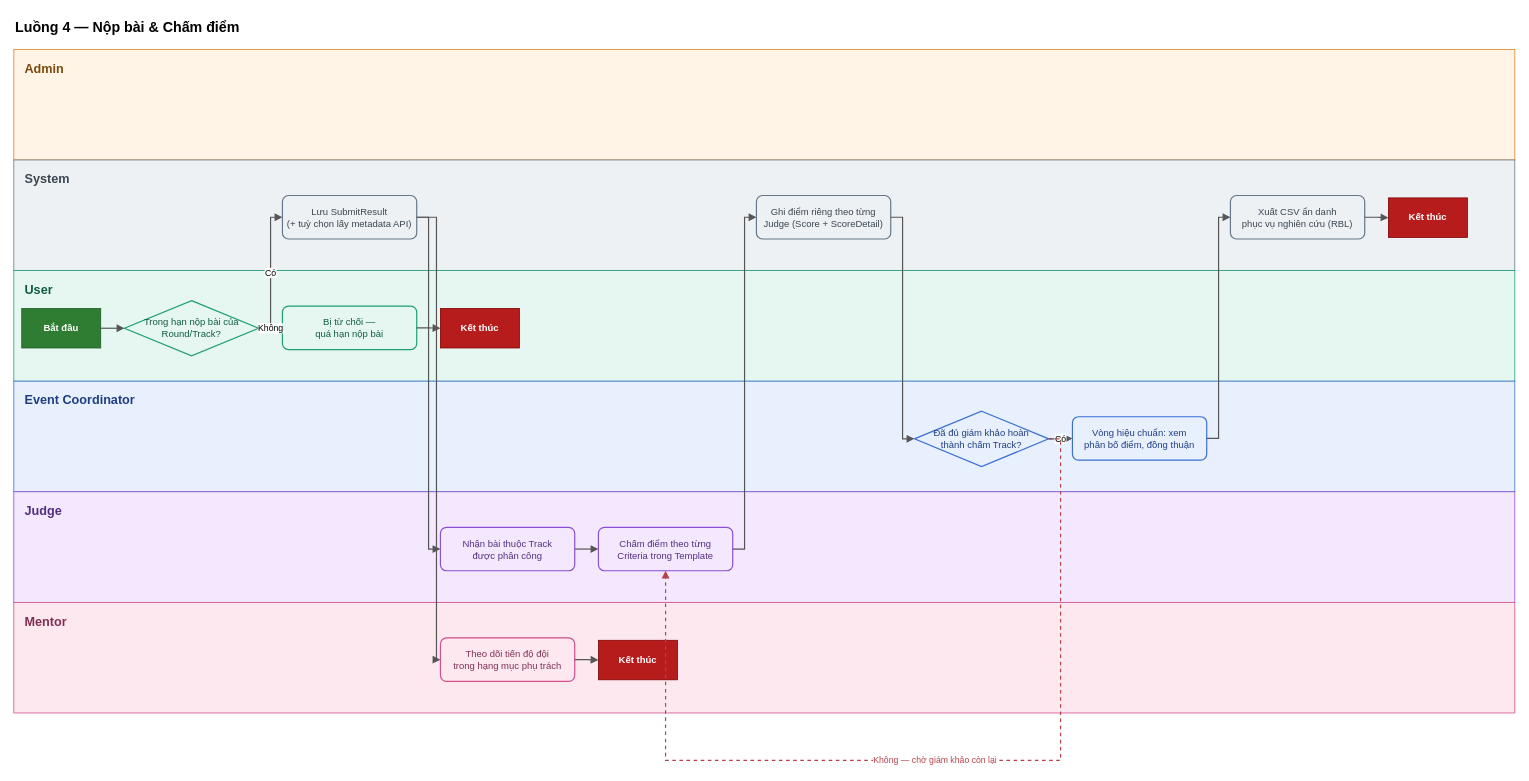
SU26-SWP-BL3W/SU26_SWP_BL3W_BE keeps this draw.io diagram as docs/swimlane/SEAL_flow4_submission_scoring.drawio. Above is the earlier version. Source tidied: cells renumbered, new cells numbered last; positions are measured from the earlier drawing's top-left corner, leaving out a move shared by most shapes. Both pictures are drawn from the tidied source at 79%, with x=0, y=0 at pixel (13, 13).
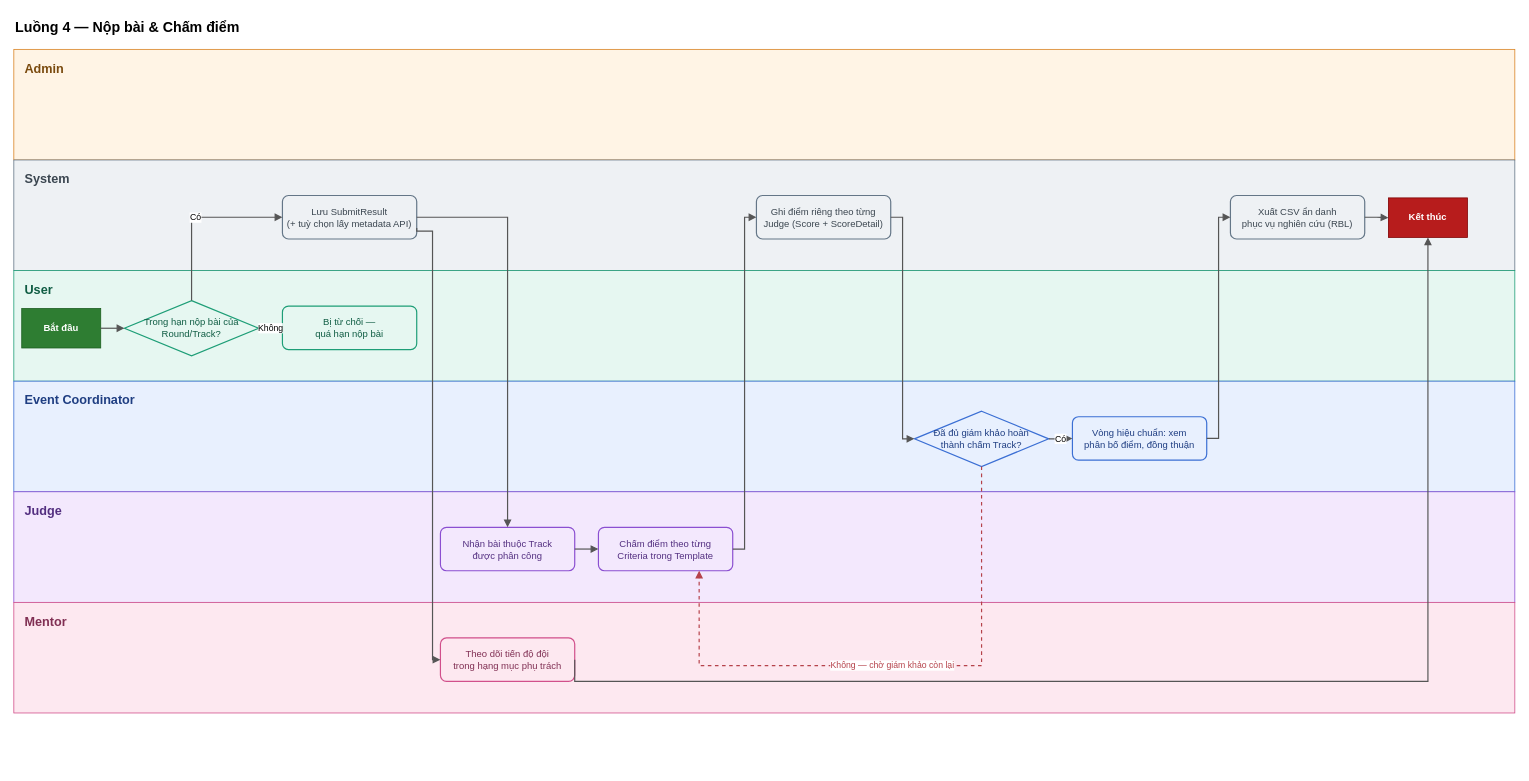
Above is the later version.

Unchanged cells that the change refers to:
```xml
<mxCell id="10" value="Trong hạn nộp bài của&#10;Round/Track?" style="rhombus;whiteSpace=wrap;html=1;fontSize=12;strokeWidth=1.5;fillColor=#E6F7F1;strokeColor=#1E9E77;fontColor=#0F5C43;" parent="1" vertex="1">
  <mxGeometry x="140" y="363" width="170" height="70" as="geometry" />
</mxCell>
<mxCell id="11" value="Lưu SubmitResult&#10;(+ tuỳ chọn lấy metadata API)" style="rounded=1;whiteSpace=wrap;html=1;arcSize=14;fontSize=12;strokeWidth=1.5;fillColor=#EEF1F4;strokeColor=#647687;fontColor=#3B4650;" parent="1" vertex="1">
  <mxGeometry x="340" y="230" width="170" height="55" as="geometry" />
</mxCell>
<mxCell id="12" value="Bị từ chối —&#10;quá hạn nộp bài" style="rounded=1;whiteSpace=wrap;html=1;arcSize=14;fontSize=12;strokeWidth=1.5;fillColor=#E6F7F1;strokeColor=#1E9E77;fontColor=#0F5C43;" parent="1" vertex="1">
  <mxGeometry x="340" y="370" width="170" height="55" as="geometry" />
</mxCell>
<mxCell id="14" value="Nhận bài thuộc Track&#10;được phân công" style="rounded=1;whiteSpace=wrap;html=1;arcSize=14;fontSize=12;strokeWidth=1.5;fillColor=#F3E8FD;strokeColor=#8B4FD1;fontColor=#532F80;" parent="1" vertex="1">
  <mxGeometry x="540" y="650" width="170" height="55" as="geometry" />
</mxCell>
<mxCell id="15" value="Theo dõi tiến độ đội&#10;trong hạng mục phụ trách" style="rounded=1;whiteSpace=wrap;html=1;arcSize=14;fontSize=12;strokeWidth=1.5;fillColor=#FDE8F0;strokeColor=#D14F8B;fontColor=#802F53;" parent="1" vertex="1">
  <mxGeometry x="540" y="790" width="170" height="55" as="geometry" />
</mxCell>
<mxCell id="17" value="Chấm điểm theo từng&#10;Criteria trong Template" style="rounded=1;whiteSpace=wrap;html=1;arcSize=14;fontSize=12;strokeWidth=1.5;fillColor=#F3E8FD;strokeColor=#8B4FD1;fontColor=#532F80;" parent="1" vertex="1">
  <mxGeometry x="740" y="650" width="170" height="55" as="geometry" />
</mxCell>
<mxCell id="19" value="Đã đủ giám khảo hoàn&#10;thành chấm Track?" style="rhombus;whiteSpace=wrap;html=1;fontSize=12;strokeWidth=1.5;fillColor=#E8F0FE;strokeColor=#3B6FD4;fontColor=#1F3E82;" parent="1" vertex="1">
  <mxGeometry x="1140" y="503" width="170" height="70" as="geometry" />
</mxCell>
<mxCell id="22" value="Kết thúc" style="terminator;whiteSpace=wrap;html=1;fontSize=12;fontStyle=1;fillColor=#B71C1C;strokeColor=#7F0000;fontColor=#ffffff;" parent="1" vertex="1">
  <mxGeometry x="1740" y="233" width="100" height="50" as="geometry" />
</mxCell>
```

Change to the diagram source:
```diff
@@
-    <mxCell id="13" value="Kết thúc" style="terminator;whiteSpace=wrap;html=1;fontSize=12;fontStyle=1;fillColor=#B71C1C;strokeColor=#7F0000;fontColor=#ffffff;" parent="1" vertex="1">
-      <mxGeometry x="540" y="373" width="100" height="50" as="geometry" />
-    </mxCell>
@@
-    <mxCell id="16" value="Kết thúc" style="terminator;whiteSpace=wrap;html=1;fontSize=12;fontStyle=1;fillColor=#B71C1C;strokeColor=#7F0000;fontColor=#ffffff;" parent="1" vertex="1">
-      <mxGeometry x="740" y="793" width="100" height="50" as="geometry" />
-    </mxCell>
@@
-    <mxCell id="24" value="Có" style="edgeStyle=orthogonalEdgeStyle;rounded=0;html=1;exitX=1;exitY=0.5;entryX=0;entryY=0.5;strokeColor=#555555;strokeWidth=1.5;endArrow=block;endFill=1;labelBackgroundColor=#ffffff;fontSize=11;" parent="1" edge="1" source="10" target="11">
+    <mxCell id="24" value="Có" style="edgeStyle=orthogonalEdgeStyle;rounded=0;html=1;exitX=0.5;exitY=0;entryX=0;entryY=0.5;strokeColor=#555555;strokeWidth=1.5;endArrow=block;endFill=1;labelBackgroundColor=#ffffff;fontSize=11;exitDx=0;exitDy=0;" parent="1" edge="1" source="10" target="11">
       <mxGeometry relative="1" as="geometry">
         <Array as="points">
-          <mxPoint x="325" y="398" />
-          <mxPoint x="325" y="257" />
+          <mxPoint x="225" y="257.5" />
         </Array>
       </mxGeometry>
     </mxCell>
@@
-    <mxCell id="26" style="edgeStyle=orthogonalEdgeStyle;rounded=0;html=1;exitX=1;exitY=0.5;entryX=0;entryY=0.5;strokeColor=#555555;strokeWidth=1.5;endArrow=block;endFill=1;" parent="1" edge="1" source="12" target="13">
-      <mxGeometry relative="1" as="geometry" />
-    </mxCell>
-    <mxCell id="27" style="edgeStyle=orthogonalEdgeStyle;rounded=0;html=1;exitX=1;exitY=0.5;entryX=0;entryY=0.5;strokeColor=#555555;strokeWidth=1.5;endArrow=block;endFill=1;" parent="1" edge="1" source="11" target="14">
+    <mxCell id="27" style="edgeStyle=orthogonalEdgeStyle;rounded=0;html=1;exitX=1;exitY=0.5;entryX=0.5;entryY=0;strokeColor=#555555;strokeWidth=1.5;endArrow=block;endFill=1;entryDx=0;entryDy=0;" parent="1" edge="1" source="11" target="14">
       <mxGeometry relative="1" as="geometry">
         <Array as="points">
-          <mxPoint x="525" y="257" />
-          <mxPoint x="525" y="677" />
+          <mxPoint x="625" y="257.5" />
         </Array>
       </mxGeometry>
     </mxCell>
-    <mxCell id="28" style="edgeStyle=orthogonalEdgeStyle;rounded=0;html=1;exitX=1;exitY=0.5;entryX=0;entryY=0.5;strokeColor=#555555;strokeWidth=1.5;endArrow=block;endFill=1;" parent="1" edge="1" source="11" target="15">
+    <mxCell id="28" style="edgeStyle=orthogonalEdgeStyle;rounded=0;html=1;exitX=1;exitY=0.75;entryX=0;entryY=0.5;strokeColor=#555555;strokeWidth=1.5;endArrow=block;endFill=1;exitDx=0;exitDy=0;" parent="1" edge="1" source="11" target="15">
       <mxGeometry relative="1" as="geometry">
         <Array as="points">
-          <mxPoint x="535" y="257" />
-          <mxPoint x="535" y="817" />
+          <mxPoint x="510" y="275" />
+          <mxPoint x="530" y="275" />
+          <mxPoint x="530" y="817.5" />
         </Array>
       </mxGeometry>
     </mxCell>
@@
-    <mxCell id="30" style="edgeStyle=orthogonalEdgeStyle;rounded=0;html=1;exitX=1;exitY=0.5;entryX=0;entryY=0.5;strokeColor=#555555;strokeWidth=1.5;endArrow=block;endFill=1;" parent="1" edge="1" source="15" target="16">
-      <mxGeometry relative="1" as="geometry" />
+    <mxCell id="30" style="edgeStyle=orthogonalEdgeStyle;rounded=0;html=1;exitX=1;exitY=0.5;entryX=0.5;entryY=1;strokeColor=#555555;strokeWidth=1.5;endArrow=block;endFill=1;entryDx=0;entryDy=0;" parent="1" edge="1" source="15" target="22">
+      <mxGeometry relative="1" as="geometry">
+        <Array as="points">
+          <mxPoint x="710" y="845" />
+          <mxPoint x="1790" y="845" />
+        </Array>
+      </mxGeometry>
     </mxCell>
@@
-    <mxCell id="36" value="Không — chờ giám khảo còn lại" style="edgeStyle=orthogonalEdgeStyle;rounded=0;html=1;exitX=1;exitY=0.5;entryX=0.5;entryY=1;strokeColor=#B5424A;strokeWidth=1.5;dashed=1;endArrow=block;endFill=1;labelBackgroundColor=#ffffff;fontSize=11;fontColor=#B5424A;" parent="1" edge="1" source="19" target="17">
+    <mxCell id="36" value="Không — chờ giám khảo còn lại" style="edgeStyle=orthogonalEdgeStyle;rounded=0;html=1;exitX=0.5;exitY=1;entryX=0.75;entryY=1;strokeColor=#B5424A;strokeWidth=1.5;dashed=1;endArrow=block;endFill=1;labelBackgroundColor=#ffffff;fontSize=11;fontColor=#B5424A;entryDx=0;entryDy=0;exitDx=0;exitDy=0;" parent="1" edge="1" source="19" target="17">
       <mxGeometry relative="1" as="geometry">
         <Array as="points">
-          <mxPoint x="1325" y="538" />
-          <mxPoint x="1325" y="945" />
-          <mxPoint x="825" y="945" />
+          <mxPoint x="1225" y="825" />
+          <mxPoint x="867.5" y="825" />
         </Array>
       </mxGeometry>
     </mxCell>
```
